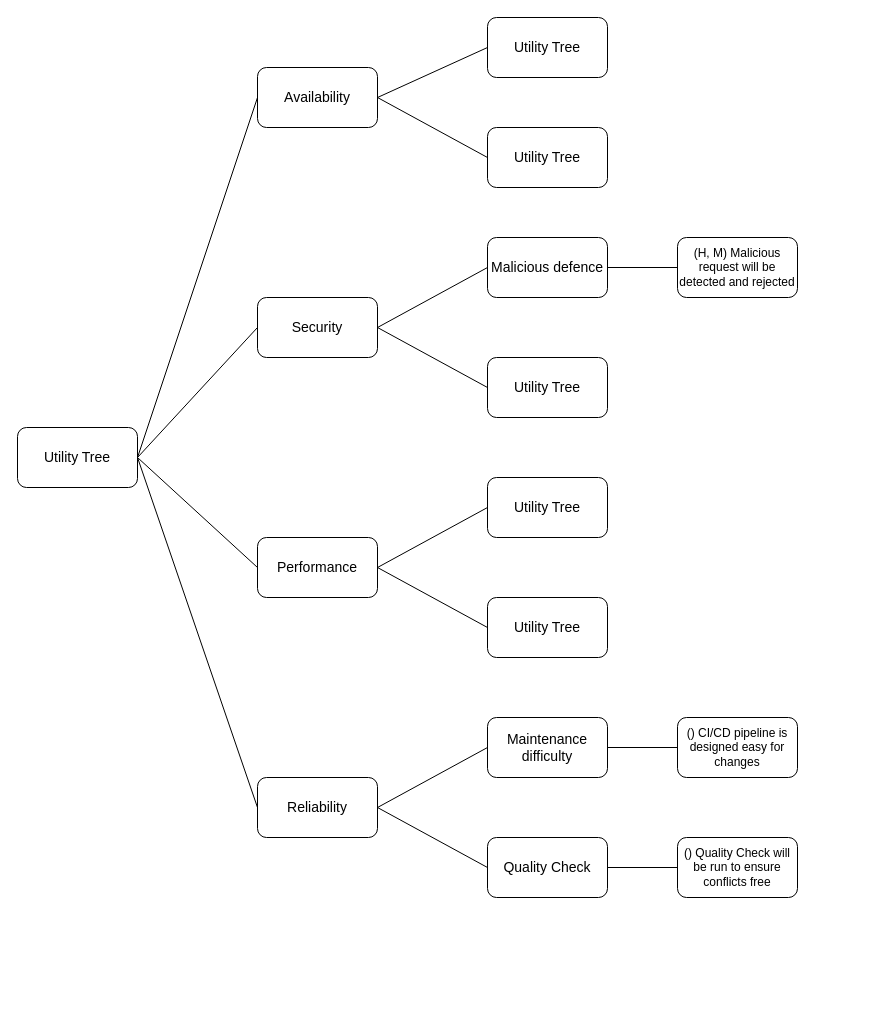
Before: Cardiac Arrest Emergency Notification System/Utility Tree.drawio in AndyC00/Diagrams, a draw.io diagram. Source tidied: cells renumbered, new cells numbered last; positions are measured from the earlier drawing's top-left corner, leaving out a move shared by most shapes. Both pictures are drawn from the tidied source at 100%, with x=0, y=0 at pixel (17, 17).
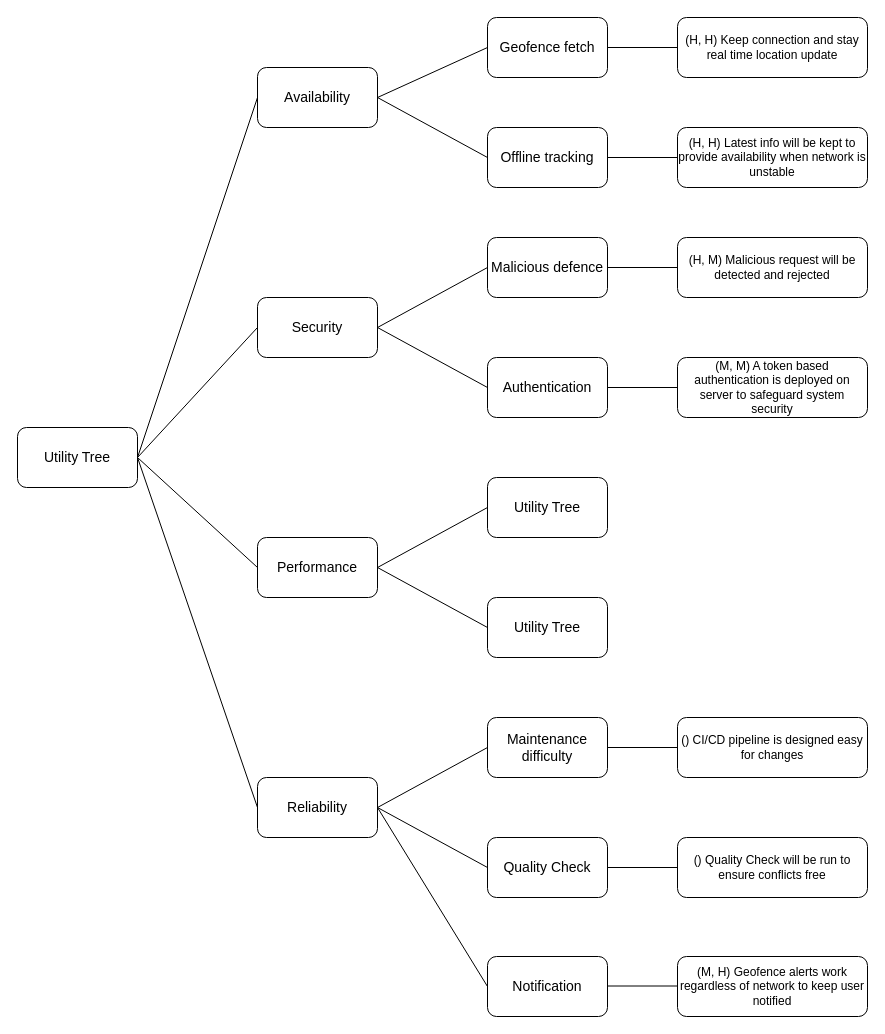
The same diagram, later.

The change refers to these unchanged cells:
```xml
<mxCell id="21" value="&lt;font style=&quot;font-size: 14px;&quot;&gt;Reliability&lt;/font&gt;" style="rounded=1;whiteSpace=wrap;html=1;" parent="1" vertex="1">
  <mxGeometry x="240" y="760" width="120" height="60" as="geometry" />
</mxCell>
```

What changed in the source:
```diff
@@
-    <mxCell id="6" value="&lt;font style=&quot;font-size: 14px;&quot;&gt;Utility Tree&lt;/font&gt;" style="rounded=1;whiteSpace=wrap;html=1;" parent="1" vertex="1">
+    <mxCell id="6" value="&lt;font style=&quot;font-size: 14px;&quot;&gt;Authentication&lt;/font&gt;" style="rounded=1;whiteSpace=wrap;html=1;" parent="1" vertex="1">
       <mxGeometry x="470" y="340" width="120" height="60" as="geometry" />
     </mxCell>
@@
-    <mxCell id="8" value="&lt;font style=&quot;font-size: 14px;&quot;&gt;Utility Tree&lt;/font&gt;" style="rounded=1;whiteSpace=wrap;html=1;" parent="1" vertex="1">
+    <mxCell id="8" value="&lt;font style=&quot;font-size: 14px;&quot;&gt;Geofence fetch&lt;/font&gt;" style="rounded=1;whiteSpace=wrap;html=1;" parent="1" vertex="1">
       <mxGeometry x="470" width="120" height="60" as="geometry" />
     </mxCell>
-    <mxCell id="9" value="&lt;font style=&quot;font-size: 14px;&quot;&gt;Utility Tree&lt;/font&gt;" style="rounded=1;whiteSpace=wrap;html=1;" parent="1" vertex="1">
+    <mxCell id="9" value="&lt;font style=&quot;font-size: 14px;&quot;&gt;Offline tracking&lt;/font&gt;" style="rounded=1;whiteSpace=wrap;html=1;" parent="1" vertex="1">
       <mxGeometry x="470" y="110" width="120" height="60" as="geometry" />
     </mxCell>
@@
     <mxCell id="28" value="() CI/CD pipeline is designed easy for changes" style="rounded=1;whiteSpace=wrap;html=1;" parent="1" vertex="1">
-      <mxGeometry x="660" y="700" width="120" height="60" as="geometry" />
+      <mxGeometry x="660" y="700" width="190" height="60" as="geometry" />
     </mxCell>
     <mxCell id="29" value="() Quality Check will be run to ensure conflicts free" style="rounded=1;whiteSpace=wrap;html=1;" parent="1" vertex="1">
-      <mxGeometry x="660" y="820" width="120" height="60" as="geometry" />
+      <mxGeometry x="660" y="820" width="190" height="60" as="geometry" />
     </mxCell>
@@
     <mxCell id="31" value="(H, M) Malicious request will be detected and rejected" style="rounded=1;whiteSpace=wrap;html=1;" parent="1" vertex="1">
-      <mxGeometry x="660" y="220" width="120" height="60" as="geometry" />
+      <mxGeometry x="660" y="220" width="190" height="60" as="geometry" />
     </mxCell>
@@
+    <mxCell id="33" value="(H, H) Latest info will be kept to provide availability when network is unstable" style="rounded=1;whiteSpace=wrap;html=1;" parent="1" vertex="1">
+      <mxGeometry x="660" y="110" width="190" height="60" as="geometry" />
+    </mxCell>
+    <mxCell id="34" style="endArrow=none;html=1;rounded=0;exitX=1;exitY=0.5;exitDx=0;exitDy=0;" parent="1" edge="1">
+      <mxGeometry relative="1" as="geometry">
+        <mxPoint x="590" y="140" as="sourcePoint" />
+        <mxPoint x="660" y="140" as="targetPoint" />
+      </mxGeometry>
+    </mxCell>
+    <mxCell id="35" value="(M, M) A token based authentication is deployed on server to safeguard system security" style="rounded=1;whiteSpace=wrap;html=1;" parent="1" vertex="1">
+      <mxGeometry x="660" y="340" width="190" height="60" as="geometry" />
+    </mxCell>
+    <mxCell id="36" style="endArrow=none;html=1;rounded=0;exitX=1;exitY=0.5;exitDx=0;exitDy=0;" parent="1" edge="1">
+      <mxGeometry relative="1" as="geometry">
+        <mxPoint x="590" y="370" as="sourcePoint" />
+        <mxPoint x="660" y="370" as="targetPoint" />
+      </mxGeometry>
+    </mxCell>
+    <mxCell id="37" value="(H, H) Keep connection and stay real time location update" style="rounded=1;whiteSpace=wrap;html=1;" parent="1" vertex="1">
+      <mxGeometry x="660" width="190" height="60" as="geometry" />
+    </mxCell>
+    <mxCell id="38" style="endArrow=none;html=1;rounded=0;exitX=1;exitY=0.5;exitDx=0;exitDy=0;" parent="1" edge="1">
+      <mxGeometry relative="1" as="geometry">
+        <mxPoint x="590" y="30" as="sourcePoint" />
+        <mxPoint x="660" y="30" as="targetPoint" />
+      </mxGeometry>
+    </mxCell>
+    <mxCell id="39" value="&lt;font style=&quot;font-size: 14px;&quot;&gt;Notification&lt;/font&gt;" style="rounded=1;whiteSpace=wrap;html=1;" parent="1" vertex="1">
+      <mxGeometry x="470" y="939" width="120" height="60" as="geometry" />
+    </mxCell>
+    <mxCell id="40" value="(M, H) Geofence alerts work regardless of network to keep user notified" style="rounded=1;whiteSpace=wrap;html=1;" parent="1" vertex="1">
+      <mxGeometry x="660" y="939" width="190" height="60" as="geometry" />
+    </mxCell>
+    <mxCell id="41" style="endArrow=none;html=1;rounded=0;exitX=1;exitY=0.5;exitDx=0;exitDy=0;entryX=0;entryY=0.5;entryDx=0;entryDy=0;" parent="1" edge="1" source="21" target="39">
+      <mxGeometry relative="1" as="geometry" />
+    </mxCell>
+    <mxCell id="42" style="endArrow=none;html=1;rounded=0;exitX=1;exitY=0.5;exitDx=0;exitDy=0;" parent="1" edge="1">
+      <mxGeometry relative="1" as="geometry">
+        <mxPoint x="590" y="968.5" as="sourcePoint" />
+        <mxPoint x="660" y="968.5" as="targetPoint" />
+      </mxGeometry>
+    </mxCell>
```
